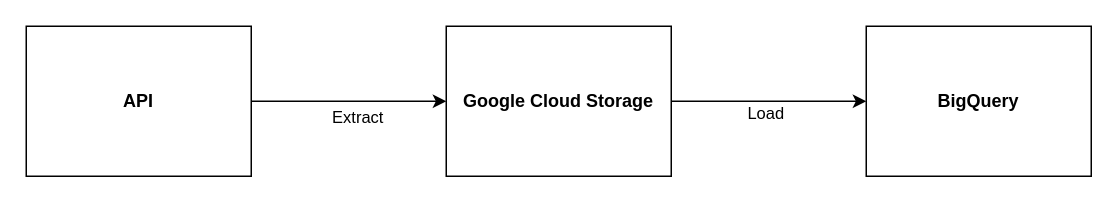
The draw.io diagram Documentation.drawio in stankusnt/api-gcp-pipeline, before the edit. Source tidied: cells renumbered, new cells numbered last; positions are measured from the earlier drawing's top-left corner, leaving out a move shared by most shapes. Both pictures are drawn from the tidied source at 150%, with x=0, y=0 at pixel (26, 26).
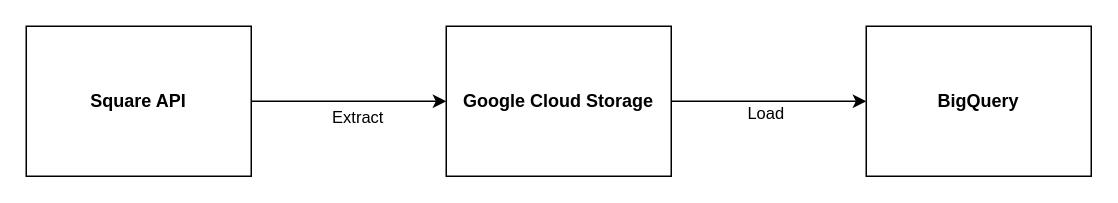
The same diagram, later.

The edit, as a diff of the source:
```diff
@@
 <mxGraphModel>
   <root>
     <mxCell id="0" />
     <mxCell id="1" parent="0" />
     <mxCell id="2" style="edgeStyle=orthogonalEdgeStyle;rounded=0;jettySize=auto;html=1;" parent="1" edge="1" source="4" target="6">
       <mxGeometry relative="1" as="geometry" />
     </mxCell>
     <mxCell id="3" value="Extract" style="edgeLabel;html=1;align=center;verticalAlign=middle;" parent="2" vertex="1">
       <mxGeometry x="0.25" y="-4" relative="1" as="geometry">
         <mxPoint x="-11" y="6" as="offset" />
       </mxGeometry>
     </mxCell>
-    <mxCell id="4" value="&lt;b&gt;API&lt;/b&gt;" style="rounded=0;whiteSpace=wrap;html=1;" parent="1" vertex="1">
+    <mxCell id="4" value="&lt;b&gt;Square API&lt;/b&gt;" style="rounded=0;whiteSpace=wrap;html=1;" parent="1" vertex="1">
       <mxGeometry width="150" height="100" as="geometry" />
     </mxCell>
     <mxCell id="5" style="edgeStyle=orthogonalEdgeStyle;rounded=0;jettySize=auto;html=1;" parent="1" edge="1" source="6" target="7">
       <mxGeometry relative="1" as="geometry" />
     </mxCell>
     <mxCell id="6" value="&lt;b&gt;Google Cloud Storage&lt;/b&gt;" style="rounded=0;whiteSpace=wrap;html=1;" parent="1" vertex="1">
       <mxGeometry x="280" width="150" height="100" as="geometry" />
     </mxCell>
     <mxCell id="7" value="&lt;b&gt;BigQuery&lt;/b&gt;" style="rounded=0;whiteSpace=wrap;html=1;" parent="1" vertex="1">
       <mxGeometry x="560" width="150" height="100" as="geometry" />
     </mxCell>
     <mxCell id="8" value="Load" style="edgeLabel;html=1;align=center;verticalAlign=middle;" parent="1" vertex="1">
       <mxGeometry x="500" y="60" as="geometry">
         <mxPoint x="-8" y="-3" as="offset" />
       </mxGeometry>
     </mxCell>
   </root>
 </mxGraphModel>
```
